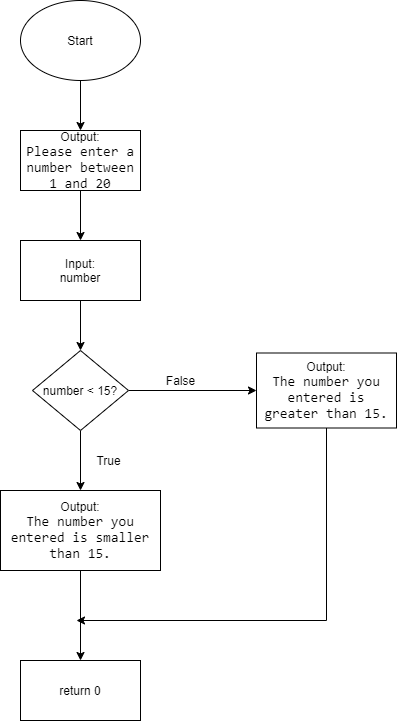
The draw.io diagram lab3_10.png in dskleoshrw/get, before a commit. Source tidied: cells renumbered, new cells last; positions are measured from the earlier drawing's top-left corner, leaving out a move shared by most shapes.
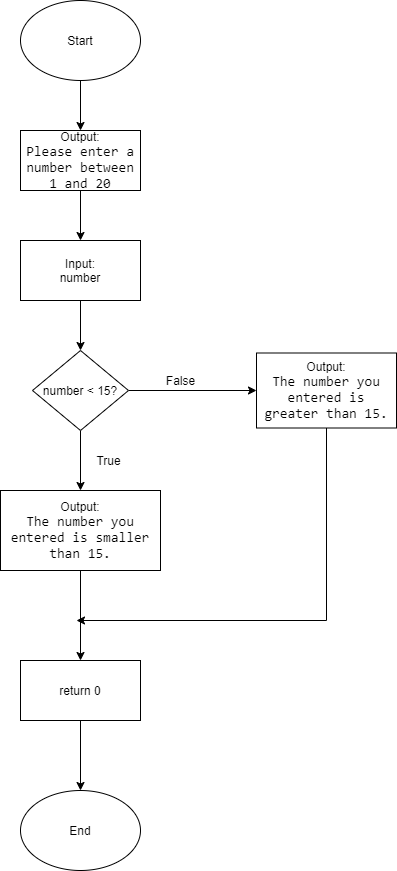
The same diagram one commit later.

Change to the diagram source:
```diff
@@ -52,8 +52,14 @@
     <mxCell id="16" value="False" style="text;html=1;align=center;verticalAlign=middle;" parent="1" vertex="1">
       <mxGeometry x="160" y="370" width="40" height="20" as="geometry" />
     </mxCell>
+    <mxCell id="18" style="edgeStyle=orthogonalEdgeStyle;rounded=0;jettySize=auto;html=1;" parent="1" edge="1" source="17" target="19">
+      <mxGeometry relative="1" as="geometry" />
+    </mxCell>
     <mxCell id="17" value="return 0" style="whiteSpace=wrap;html=1;" parent="1" vertex="1">
       <mxGeometry x="20" y="660" width="120" height="60" as="geometry" />
     </mxCell>
+    <mxCell id="19" value="End" style="ellipse;whiteSpace=wrap;html=1;" parent="1" vertex="1">
+      <mxGeometry x="20" y="790" width="120" height="80" as="geometry" />
+    </mxCell>
   </root>
 </mxGraphModel>
```
